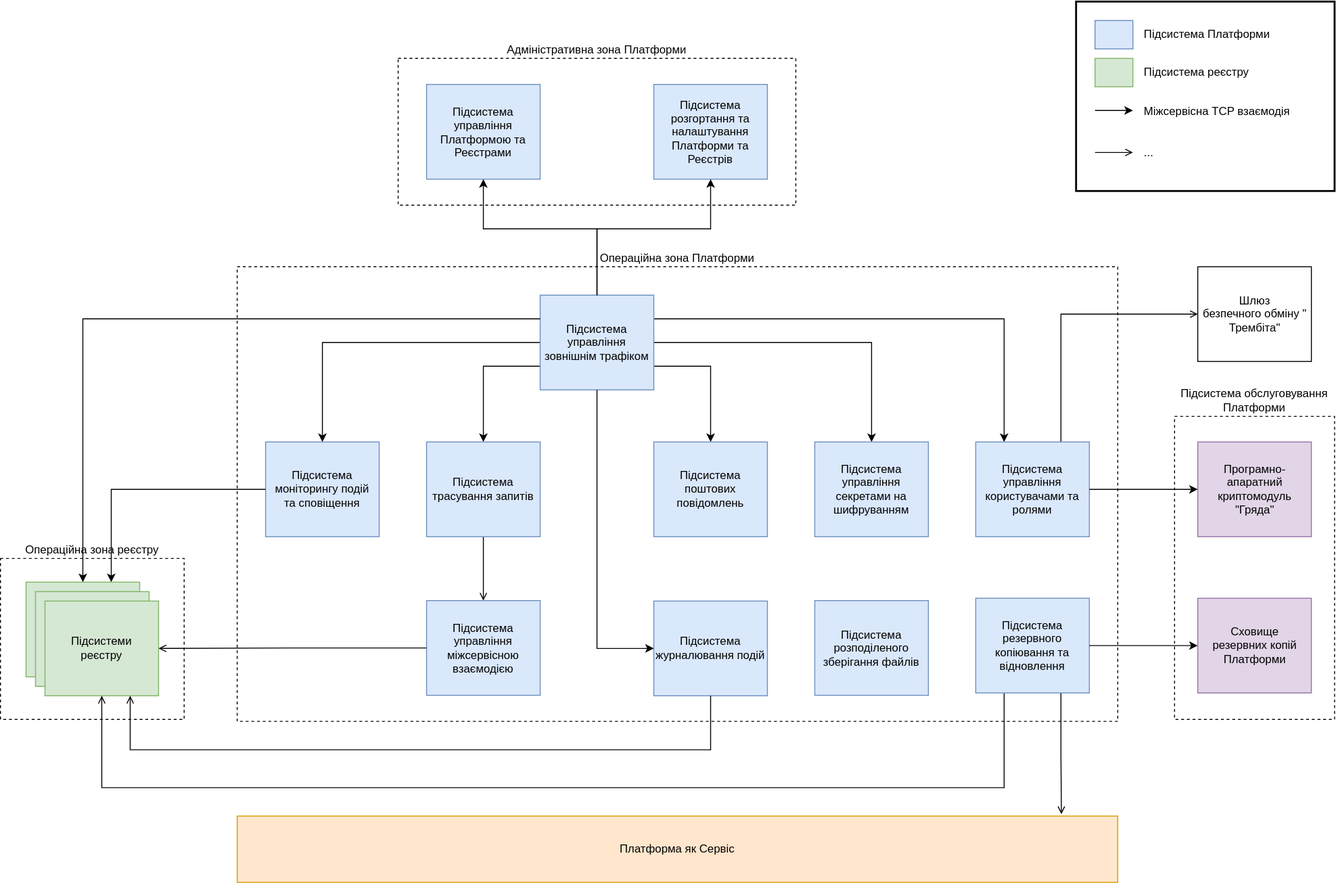
The draw.io diagram docs/ua/modules/arch/images/architecture/platform/operational/operational-zone-subsystems.svg in epam/edp-ddm-architecture, before a commit. Source tidied: cells renumbered, new cells last; positions are measured from the earlier drawing's top-left corner, leaving out a move shared by most shapes.
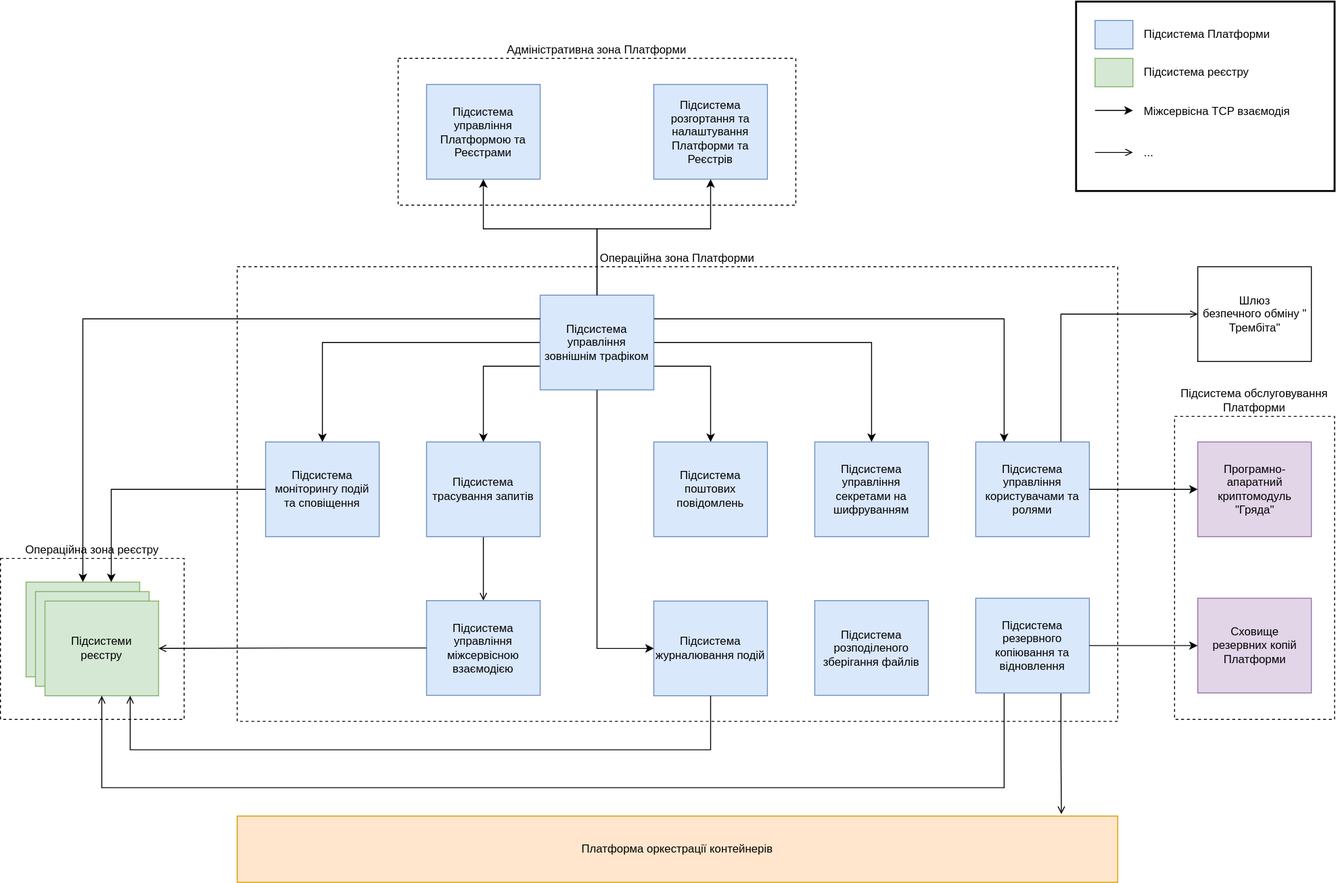
Later version of the same file.

Change to the diagram source:
```diff
@@ -139,7 +139,7 @@
     <mxCell id="40" style="edgeStyle=orthogonalEdgeStyle;rounded=0;jettySize=auto;html=1;entryX=0;entryY=0.5;entryDx=0;entryDy=0;" parent="1" edge="1" source="33" target="35">
       <mxGeometry relative="1" as="geometry" />
     </mxCell>
-    <mxCell id="41" value="Платформа як Сервіс" style="rounded=0;whiteSpace=wrap;html=1;fillColor=#ffe6cc;strokeColor=#d79b00;" parent="1" vertex="1">
+    <mxCell id="41" value="Платформа оркестрації контейнерів" style="rounded=0;whiteSpace=wrap;html=1;fillColor=#ffe6cc;strokeColor=#d79b00;" parent="1" vertex="1">
       <mxGeometry x="250" y="860" width="930" height="70" as="geometry" />
     </mxCell>
     <mxCell id="42" value="Підсистема розподіленого зберігання файлів" style="rounded=0;whiteSpace=wrap;html=1;fillColor=#dae8fc;strokeColor=#6c8ebf;" parent="1" vertex="1">
```
